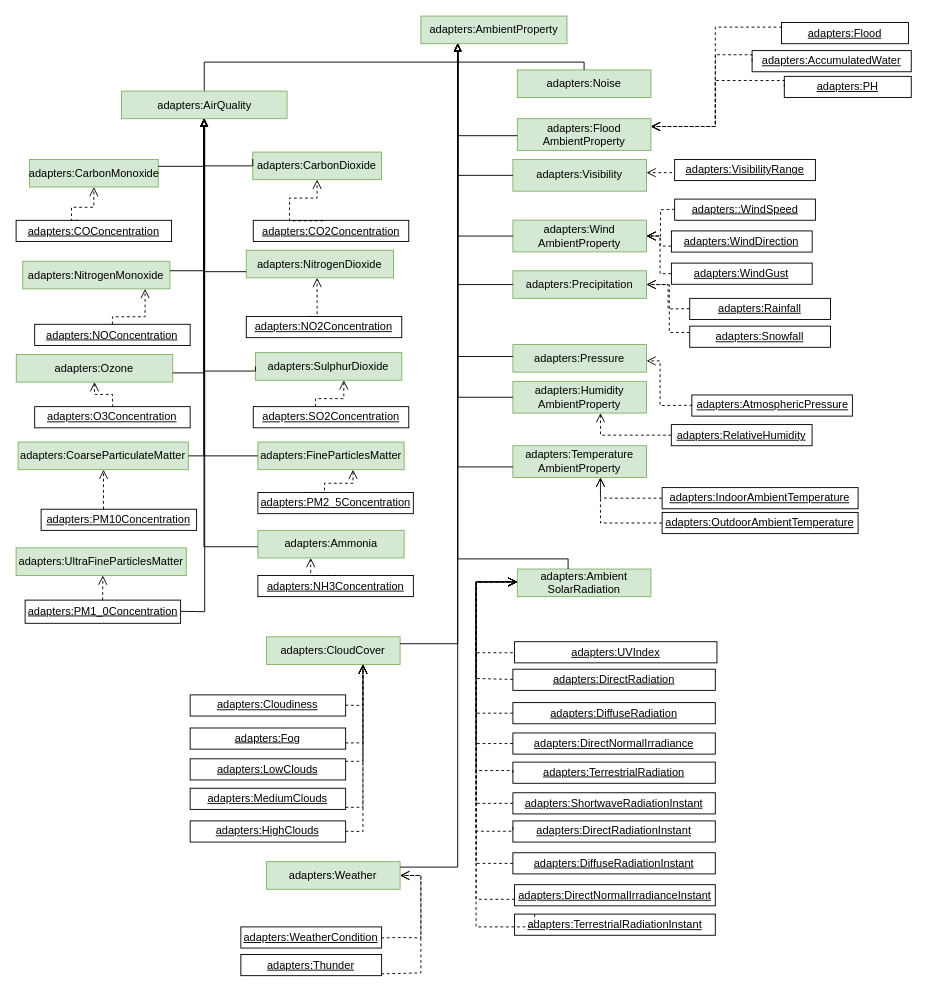
The draw.io diagram Diagrams/AmbientProperty.drawio in oeg-upm/auroral-adapters-ontology, before the edit. Source tidied: cells renumbered, new cells numbered last; positions are measured from the earlier drawing's top-left corner, leaving out a move shared by most shapes. Both pictures are drawn from the tidied source at 92%, with x=0, y=0 at pixel (16, 16).
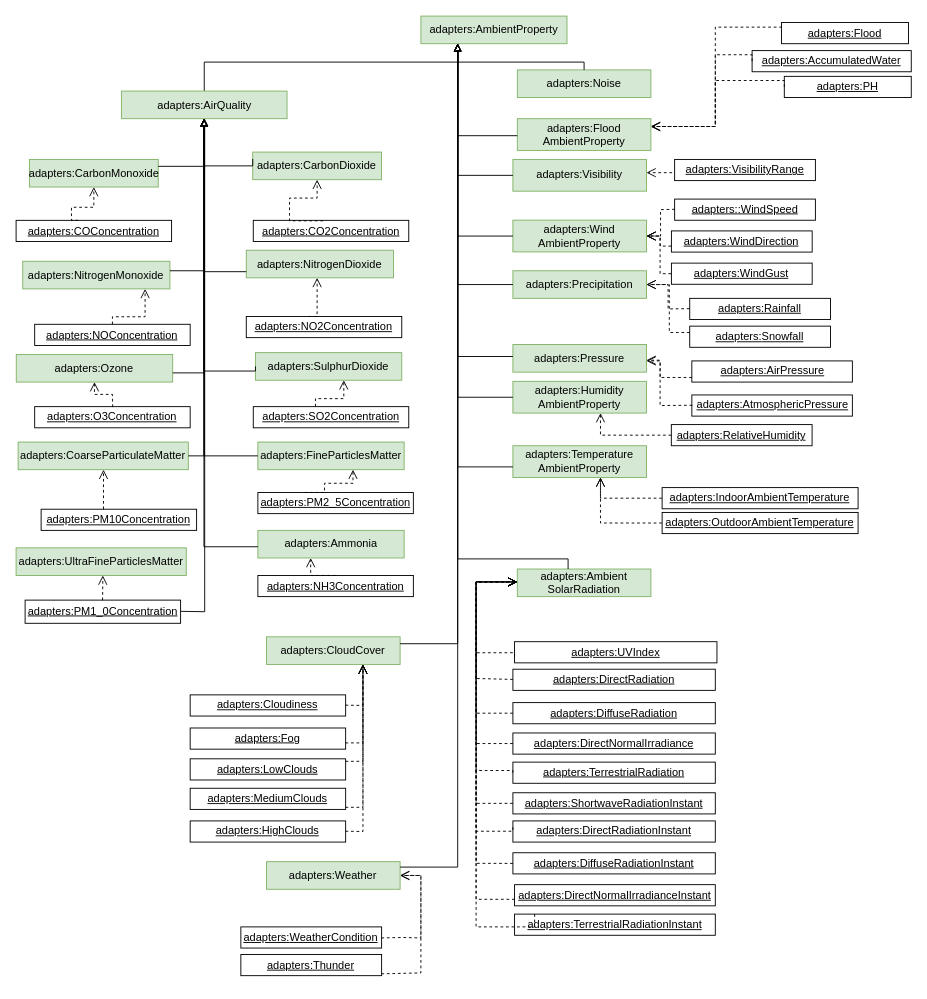
Above is the later version.

Unchanged cells that the change refers to:
```xml
<mxCell id="10" value="adapters:Pressure" style="rounded=0;whiteSpace=wrap;html=1;fillColor=#d5e8d4;strokeColor=#82b366;" parent="1" vertex="1">
  <mxGeometry x="540" y="357" width="145.2" height="30" as="geometry" />
</mxCell>
```

The edit, as a diff of the source:
```diff
@@
+    <mxCell id="127" value="&lt;u&gt;adapters:AirPressure&lt;/u&gt;" style="rounded=0;whiteSpace=wrap;html=1;" parent="1" vertex="1">
+      <mxGeometry x="734.5" y="374.8" width="174.5" height="23" as="geometry" />
+    </mxCell>
+    <mxCell id="128" style="endArrow=open;html=1;fontColor=#000099;endFill=0;dashed=1;endSize=8;edgeStyle=orthogonalEdgeStyle;arcSize=0;exitX=0;exitY=0.7;exitDx=0;exitDy=0;" parent="1" edge="1" target="10">
+      <mxGeometry relative="1" as="geometry">
+        <mxPoint x="734.6" y="392.8" as="sourcePoint" />
+        <Array as="points">
+          <mxPoint x="700" y="393" />
+          <mxPoint x="700" y="374" />
+        </Array>
+      </mxGeometry>
+    </mxCell>
```
